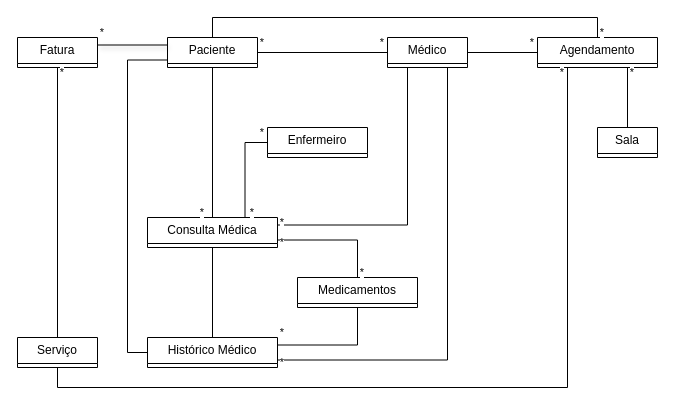
Before: page "UML Design" (2 of 2) of report/Hospital_DataBase_BD.drawio in sillss1/PROJETO-BD-1, a draw.io diagram. Source tidied: cells renumbered, new cells numbered last; positions are measured from the earlier drawing's top-left corner, leaving out a move shared by most shapes. Both pictures are drawn from the tidied source at 100%, with x=0, y=0 at pixel (17, 27).
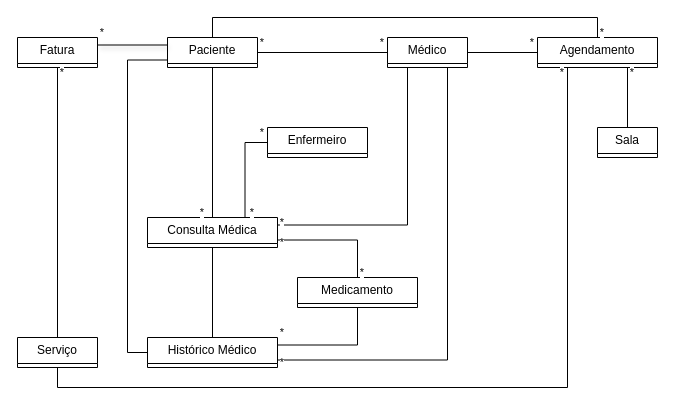
After the change.

The edit, as a diff of the source:
```diff
@@
-    <mxCell id="12" value="Medicamentos" style="swimlane;fontStyle=0;horizontal=1;startSize=26;fillColor=none;whiteSpace=wrap;html=1;" parent="1" vertex="1" collapsed="1">
+    <mxCell id="12" value="Medicamento" style="swimlane;fontStyle=0;horizontal=1;startSize=26;fillColor=none;whiteSpace=wrap;html=1;" parent="1" vertex="1" collapsed="1">
       <mxGeometry x="280" y="250" width="120" height="30" as="geometry" />
     </mxCell>
```
